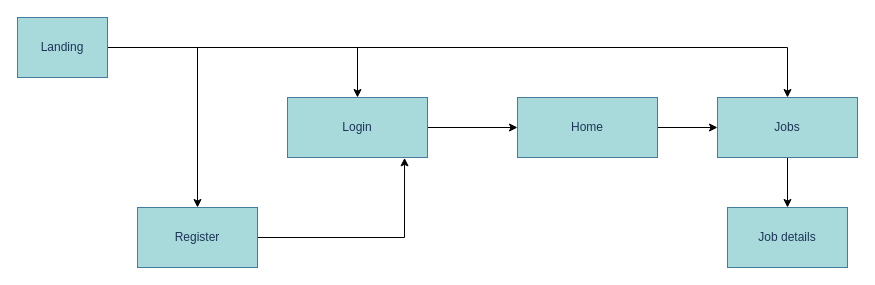
Above: page "routing candidate" (2 of 2) of docs/2 design/routing.drawio in DavidIrm/hr-app (draw.io), before the change. Source tidied: cells renumbered, new cells numbered last; positions are measured from the earlier drawing's top-left corner, leaving out a move shared by most shapes. Both pictures are drawn from the tidied source at 100%, with x=0, y=0 at pixel (17, 17).
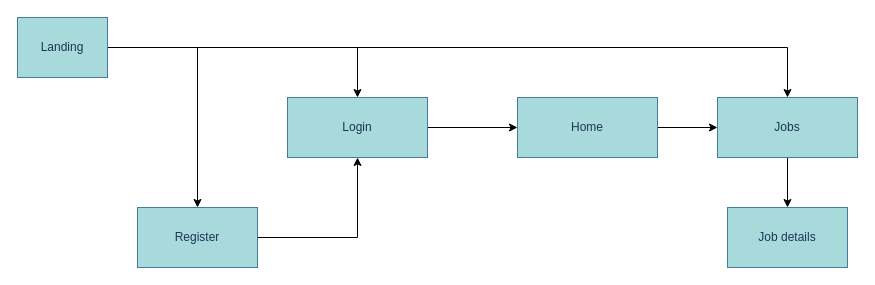
The same page after the edit.

Commit message (it also covers changes not shown here):
code review - add design, routing, database model

What changed in the source:
```diff
@@
 <mxGraphModel>
   <root>
     <mxCell id="0" />
     <mxCell id="1" parent="0" />
     <mxCell id="2" style="edgeStyle=orthogonalEdgeStyle;rounded=0;jettySize=auto;html=1;entryX=0;entryY=0.5;entryDx=0;entryDy=0;" parent="1" edge="1" source="3" target="13">
       <mxGeometry relative="1" as="geometry" />
     </mxCell>
     <mxCell id="3" value="Home" style="rounded=0;whiteSpace=wrap;html=1;sketch=0;fontColor=#1D3557;strokeColor=#457B9D;fillColor=#A8DADC;" parent="1" vertex="1">
       <mxGeometry x="500" y="80" width="140" height="60" as="geometry" />
     </mxCell>
     <mxCell id="4" style="edgeStyle=orthogonalEdgeStyle;rounded=0;jettySize=auto;html=1;" parent="1" edge="1" source="7" target="9">
       <mxGeometry relative="1" as="geometry" />
     </mxCell>
     <mxCell id="5" style="edgeStyle=orthogonalEdgeStyle;rounded=0;jettySize=auto;html=1;" parent="1" edge="1" source="7" target="11">
       <mxGeometry relative="1" as="geometry" />
     </mxCell>
     <mxCell id="6" style="edgeStyle=orthogonalEdgeStyle;rounded=0;jettySize=auto;html=1;" parent="1" edge="1" source="7" target="13">
       <mxGeometry relative="1" as="geometry" />
     </mxCell>
     <mxCell id="7" value="Landing" style="rounded=0;whiteSpace=wrap;html=1;sketch=0;fontColor=#1D3557;strokeColor=#457B9D;fillColor=#A8DADC;" parent="1" vertex="1">
       <mxGeometry width="90" height="60" as="geometry" />
     </mxCell>
-    <mxCell id="8" style="edgeStyle=orthogonalEdgeStyle;rounded=0;jettySize=auto;html=1;entryX=0.836;entryY=1.006;entryDx=0;entryDy=0;entryPerimeter=0;" parent="1" edge="1" source="9" target="11">
+    <mxCell id="8" style="edgeStyle=orthogonalEdgeStyle;rounded=0;jettySize=auto;html=1;entryX=0.5;entryY=1;entryDx=0;entryDy=0;" parent="1" edge="1" source="9" target="11">
       <mxGeometry relative="1" as="geometry" />
     </mxCell>
     <mxCell id="9" value="Register" style="rounded=0;whiteSpace=wrap;html=1;sketch=0;fontColor=#1D3557;strokeColor=#457B9D;fillColor=#A8DADC;" parent="1" vertex="1">
       <mxGeometry x="120" y="190" width="120" height="60" as="geometry" />
     </mxCell>
     <mxCell id="10" style="edgeStyle=orthogonalEdgeStyle;rounded=0;jettySize=auto;html=1;entryX=0;entryY=0.5;entryDx=0;entryDy=0;" parent="1" edge="1" source="11" target="3">
       <mxGeometry relative="1" as="geometry" />
     </mxCell>
     <mxCell id="11" value="Login" style="rounded=0;whiteSpace=wrap;html=1;sketch=0;fontColor=#1D3557;strokeColor=#457B9D;fillColor=#A8DADC;" parent="1" vertex="1">
       <mxGeometry x="270" y="80" width="140" height="60" as="geometry" />
     </mxCell>
     <mxCell id="12" style="edgeStyle=orthogonalEdgeStyle;rounded=0;jettySize=auto;html=1;" parent="1" edge="1" source="13" target="14">
       <mxGeometry relative="1" as="geometry" />
     </mxCell>
     <mxCell id="13" value="Jobs" style="rounded=0;whiteSpace=wrap;html=1;sketch=0;fontColor=#1D3557;strokeColor=#457B9D;fillColor=#A8DADC;" parent="1" vertex="1">
       <mxGeometry x="700" y="80" width="140" height="60" as="geometry" />
     </mxCell>
     <mxCell id="14" value="Job details" style="whiteSpace=wrap;html=1;rounded=0;fontColor=#1D3557;strokeColor=#457B9D;fillColor=#A8DADC;sketch=0;" parent="1" vertex="1">
       <mxGeometry x="710" y="190" width="120" height="60" as="geometry" />
     </mxCell>
   </root>
 </mxGraphModel>
```
